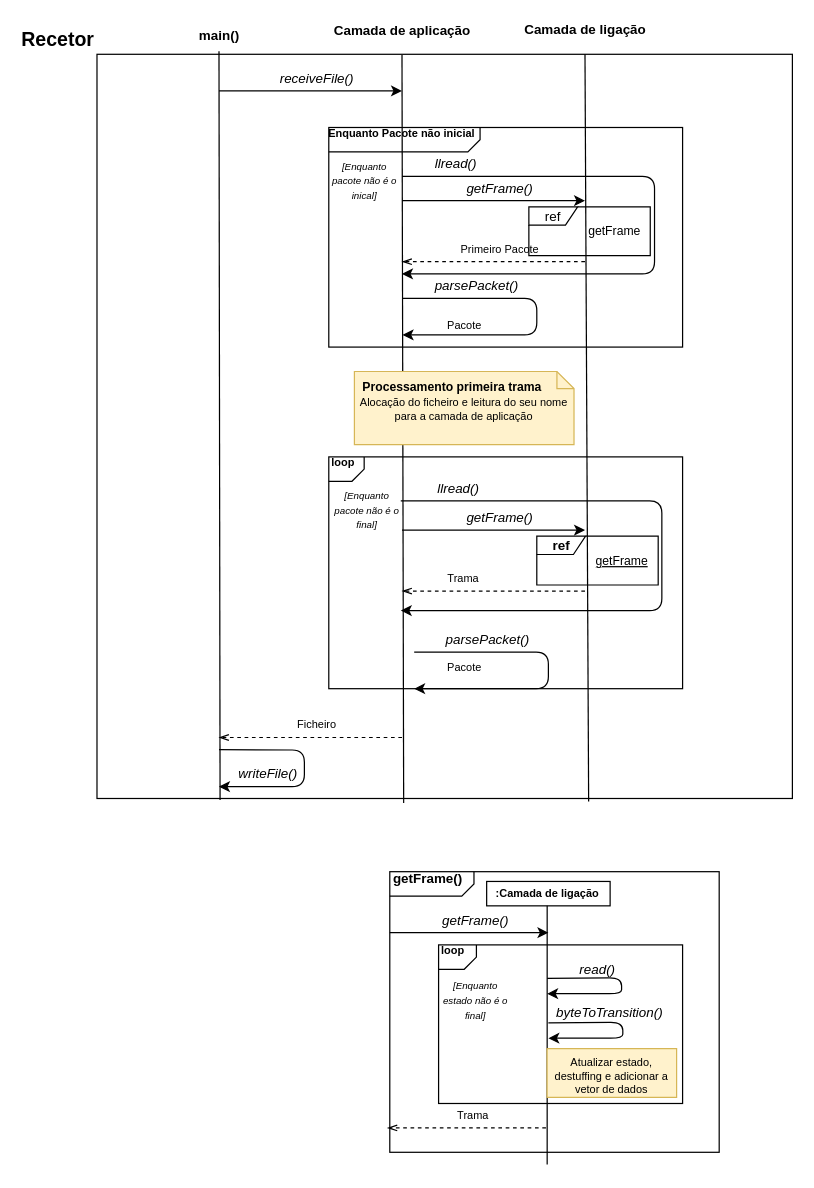
The draw.io diagram Proj/report/images/receiver.drawio in JoaoCostaIFG/RCOM, before the edit. Source tidied: cells renumbered, new cells numbered last; positions are measured from the earlier drawing's top-left corner, leaving out a move shared by most shapes. Both pictures are drawn from the tidied source at 122%, with x=0, y=0 at pixel (96, 51).
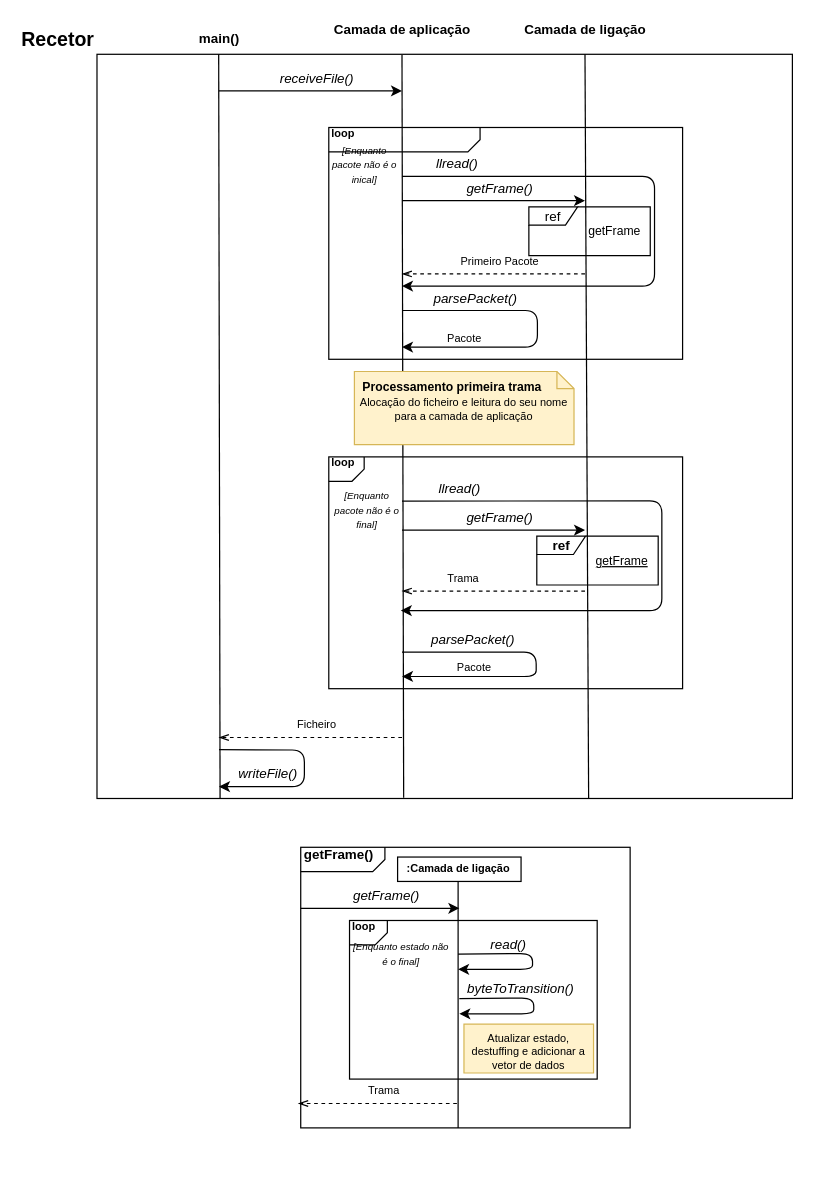
After the change.

Commit message (it also covers changes not shown here):
drawio diagrams and text

The change refers to these unchanged cells:
```xml
<mxCell id="2" value="Recetor" style="rounded=0;whiteSpace=wrap;html=1;labelPosition=left;verticalLabelPosition=top;align=right;verticalAlign=bottom;fontStyle=1;fontSize=16;" parent="1" vertex="1">
  <mxGeometry y="2" width="570" height="610" as="geometry" />
</mxCell>
<mxCell id="30" value="&lt;div align=&quot;center&quot;&gt;&lt;i&gt;&lt;font style=&quot;font-size: 8px&quot;&gt;[Enquanto pacote não é o final]&lt;/font&gt;&lt;/i&gt;&lt;br&gt;&lt;/div&gt;" style="text;html=1;strokeColor=none;fillColor=none;align=left;verticalAlign=middle;whiteSpace=wrap;rounded=0;fontSize=10;fontStyle=0;" parent="1" vertex="1">
  <mxGeometry x="191" y="362" width="59" height="25" as="geometry" />
</mxCell>
```

Diff of the diagram source:
```diff
@@
-    <mxCell id="3" value="&lt;b&gt;Enquanto Pacote não inicial&lt;/b&gt;" style="html=1;shape=mxgraph.sysml.package;overflow=fill;labelX=124.21;align=left;spacingLeft=5;verticalAlign=top;spacingTop=-3;fontSize=9;" parent="1" vertex="1">
-      <mxGeometry x="190" y="62" width="290" height="180" as="geometry" />
+    <mxCell id="3" value="&lt;div&gt;&lt;b&gt;&amp;nbsp;loop&lt;/b&gt;&lt;/div&gt;" style="html=1;shape=mxgraph.sysml.package;overflow=fill;labelX=124.21;align=left;spacingLeft=5;verticalAlign=top;spacingTop=-3;fontSize=9;" parent="1" vertex="1">
+      <mxGeometry x="190" y="62" width="290" height="190" as="geometry" />
     </mxCell>
-    <mxCell id="4" value="&lt;div&gt;main()&lt;/div&gt;&lt;div&gt;&lt;br&gt;&lt;/div&gt;" style="endArrow=none;html=1;exitX=0.177;exitY=1.002;exitDx=0;exitDy=0;exitPerimeter=0;entryX=0.631;entryY=0;entryDx=0;entryDy=0;entryPerimeter=0;labelPosition=center;verticalLabelPosition=top;align=center;verticalAlign=bottom;fontStyle=1;labelBackgroundColor=none;" parent="1" edge="1" source="2">
-      <mxGeometry x="0.97" relative="1" as="geometry">
-        <mxPoint x="100" y="-0.4" as="targetPoint" />
-      </mxGeometry>
+    <mxCell id="4" value="&lt;div&gt;main()&lt;/div&gt;&lt;div&gt;&lt;br&gt;&lt;/div&gt;" style="endArrow=none;html=1;exitX=0.177;exitY=1;exitDx=0;exitDy=0;exitPerimeter=0;entryX=0.175;entryY=0;entryDx=0;entryDy=0;entryPerimeter=0;labelPosition=center;verticalLabelPosition=top;align=center;verticalAlign=bottom;fontStyle=1;labelBackgroundColor=none;" parent="1" edge="1" source="2" target="2">
+      <mxGeometry x="0.97" relative="1" as="geometry" />
     </mxCell>
@@
     <mxCell id="7" value="llread()" style="endArrow=classic;html=1;fontStyle=2;" parent="1" edge="1">
       <mxGeometry x="-0.82" y="10" relative="1" as="geometry">
         <mxPoint x="250" y="102" as="sourcePoint" />
-        <mxPoint x="250" y="182" as="targetPoint" />
+        <mxPoint x="250" y="192" as="targetPoint" />
         <Array as="points">
           <mxPoint x="457" y="102" />
-          <mxPoint x="457" y="182" />
+          <mxPoint x="457" y="192" />
         </Array>
       </mxGeometry>
     </mxCell>
     <mxCell id="8" value="Primeiro Pacote" style="endArrow=openThin;html=1;dashed=1;endFill=0;verticalAlign=middle;fontSize=9;" parent="1" edge="1">
       <mxGeometry x="-0.07" y="-10" relative="1" as="geometry">
-        <mxPoint x="400" y="172" as="sourcePoint" />
-        <mxPoint x="250" y="172" as="targetPoint" />
+        <mxPoint x="400" y="182" as="sourcePoint" />
+        <mxPoint x="250" y="182" as="targetPoint" />
       </mxGeometry>
     </mxCell>
@@
-    <mxCell id="11" value="llread()" style="endArrow=classic;html=1;fontStyle=2;labelBackgroundColor=none;" parent="1" edge="1">
+    <mxCell id="11" value="llread()" style="endArrow=classic;html=1;fontStyle=2;labelBackgroundColor=none;exitX=1;exitY=0.25;exitDx=0;exitDy=0;" parent="1" edge="1" source="30">
       <mxGeometry x="-0.82" y="10" relative="1" as="geometry">
-        <mxPoint x="249" y="368" as="sourcePoint" />
         <mxPoint x="249" y="458" as="targetPoint" />
         <Array as="points">
           <mxPoint x="463" y="368" />
           <mxPoint x="463" y="458" />
         </Array>
       </mxGeometry>
     </mxCell>
@@
-    <mxCell id="14" value="Camada de aplicação" style="endArrow=none;html=1;exitX=0.441;exitY=1.006;exitDx=0;exitDy=0;exitPerimeter=0;entryX=0.631;entryY=0;entryDx=0;entryDy=0;entryPerimeter=0;labelPosition=center;verticalLabelPosition=top;align=center;verticalAlign=bottom;fontStyle=1;" parent="1" edge="1" source="2">
+    <mxCell id="14" value="Camada de aplicação" style="endArrow=none;html=1;exitX=0.441;exitY=0.999;exitDx=0;exitDy=0;exitPerimeter=0;entryX=0.631;entryY=0;entryDx=0;entryDy=0;entryPerimeter=0;labelPosition=center;verticalLabelPosition=top;align=center;verticalAlign=bottom;fontStyle=1;" parent="1" edge="1" source="2">
       <mxGeometry x="1" y="-11" relative="1" as="geometry">
         <mxPoint x="250" y="2.6" as="targetPoint" />
         <mxPoint x="-11" y="-11" as="offset" />
       </mxGeometry>
     </mxCell>
@@
-    <mxCell id="20" value="Camada de ligação" style="endArrow=none;html=1;exitX=0.707;exitY=1.004;exitDx=0;exitDy=0;exitPerimeter=0;entryX=0.631;entryY=0;entryDx=0;entryDy=0;entryPerimeter=0;labelPosition=center;verticalLabelPosition=top;align=center;verticalAlign=bottom;fontStyle=1;" parent="1" edge="1" source="2">
+    <mxCell id="20" value="Camada de ligação" style="endArrow=none;html=1;exitX=0.707;exitY=1;exitDx=0;exitDy=0;exitPerimeter=0;entryX=0.631;entryY=0;entryDx=0;entryDy=0;entryPerimeter=0;labelPosition=center;verticalLabelPosition=top;align=center;verticalAlign=bottom;fontStyle=1;" parent="1" edge="1" source="2">
       <mxGeometry x="1" y="-11" relative="1" as="geometry">
         <mxPoint x="400" y="2" as="targetPoint" />
         <mxPoint x="-11" y="-11" as="offset" />
       </mxGeometry>
     </mxCell>
@@
     <mxCell id="23" value="&lt;b&gt;&amp;nbsp;getFrame()&lt;/b&gt;" style="html=1;shape=mxgraph.sysml.package;overflow=fill;labelX=69.62;align=left;spacingLeft=5;verticalAlign=top;spacingTop=-3;fontSize=11;" parent="1" vertex="1">
-      <mxGeometry x="240" y="672" width="270" height="230" as="geometry" />
+      <mxGeometry x="167" y="652" width="270" height="230" as="geometry" />
     </mxCell>
     <mxCell id="24" value="Pacote" style="text;html=1;strokeColor=none;fillColor=none;align=center;verticalAlign=middle;whiteSpace=wrap;rounded=0;fontSize=9;" parent="1" vertex="1">
-      <mxGeometry x="271.5" y="492" width="59" height="25" as="geometry" />
+      <mxGeometry x="280" y="492" width="59" height="25" as="geometry" />
     </mxCell>
     <mxCell id="25" value="Pacote" style="text;html=1;strokeColor=none;fillColor=none;align=center;verticalAlign=middle;whiteSpace=wrap;rounded=0;fontSize=9;" parent="1" vertex="1">
-      <mxGeometry x="272" y="212" width="59" height="25" as="geometry" />
+      <mxGeometry x="271.5" y="222" width="59" height="25" as="geometry" />
     </mxCell>
     <mxCell id="26" value="parsePacket()" style="endArrow=classic;html=1;fontStyle=2;labelBackgroundColor=none;" parent="1" edge="1">
       <mxGeometry x="-0.52" y="10" relative="1" as="geometry">
-        <mxPoint x="250.5" y="202" as="sourcePoint" />
-        <mxPoint x="250.5" y="232" as="targetPoint" />
+        <mxPoint x="250" y="212" as="sourcePoint" />
+        <mxPoint x="250" y="242" as="targetPoint" />
         <Array as="points">
-          <mxPoint x="360.5" y="202" />
-          <mxPoint x="360.5" y="232" />
+          <mxPoint x="361" y="212" />
+          <mxPoint x="361" y="242" />
         </Array>
       </mxGeometry>
     </mxCell>
     <mxCell id="27" value="Trama" style="endArrow=openThin;html=1;dashed=1;endFill=0;verticalAlign=middle;fontSize=9;" parent="1" edge="1">
       <mxGeometry x="-0.07" y="-10" relative="1" as="geometry">
-        <mxPoint x="368" y="882" as="sourcePoint" />
-        <mxPoint x="238" y="882" as="targetPoint" />
+        <mxPoint x="295" y="862" as="sourcePoint" />
+        <mxPoint x="165" y="862" as="targetPoint" />
       </mxGeometry>
     </mxCell>
     <mxCell id="28" value="&lt;b&gt;:Camada de ligação&lt;br&gt;&lt;/b&gt;" style="rounded=0;whiteSpace=wrap;html=1;fontSize=9;" parent="1" vertex="1">
-      <mxGeometry x="319.4" y="680" width="101.2" height="20" as="geometry" />
+      <mxGeometry x="246.4" y="660" width="101.2" height="20" as="geometry" />
     </mxCell>
     <mxCell id="29" value="&amp;nbsp;&lt;b&gt;loop&lt;/b&gt;" style="html=1;shape=mxgraph.sysml.package;overflow=fill;labelX=31.38;align=left;spacingLeft=5;verticalAlign=top;spacingTop=-3;fontSize=9;" parent="1" vertex="1">
-      <mxGeometry x="280" y="732" width="200" height="130" as="geometry" />
+      <mxGeometry x="207" y="712" width="203" height="130" as="geometry" />
     </mxCell>
@@
     <mxCell id="31" value="&lt;i style=&quot;font-size: 8px&quot;&gt;&lt;font style=&quot;font-size: 8px&quot;&gt;[Enquanto pacote não é o inical]&lt;/font&gt;&lt;br&gt;&lt;/i&gt;" style="text;html=1;strokeColor=none;fillColor=none;align=center;verticalAlign=middle;whiteSpace=wrap;rounded=0;fontSize=10;fontStyle=0;" parent="1" vertex="1">
-      <mxGeometry x="190" y="92" width="59" height="25" as="geometry" />
+      <mxGeometry x="190" y="72" width="59" height="40" as="geometry" />
     </mxCell>
     <mxCell id="32" value="getFrame()" style="endArrow=classic;html=1;fontStyle=2;" parent="1" edge="1">
       <mxGeometry x="0.07" y="10" relative="1" as="geometry">
-        <mxPoint x="240" y="722" as="sourcePoint" />
-        <mxPoint x="370" y="722" as="targetPoint" />
+        <mxPoint x="167" y="702" as="sourcePoint" />
+        <mxPoint x="297" y="702" as="targetPoint" />
       </mxGeometry>
     </mxCell>
     <mxCell id="33" style="endArrow=none;html=1;labelBackgroundColor=none;fontSize=9;" parent="1" edge="1">
       <mxGeometry relative="1" as="geometry">
-        <mxPoint x="369" y="912" as="sourcePoint" />
-        <mxPoint x="369" y="700" as="targetPoint" />
+        <mxPoint x="296" y="882" as="sourcePoint" />
+        <mxPoint x="296" y="680" as="targetPoint" />
       </mxGeometry>
     </mxCell>
     <mxCell id="34" value="&lt;div align=&quot;center&quot;&gt;&lt;i&gt;&lt;font style=&quot;font-size: 8px&quot;&gt;[Enquanto estado não é o final]&lt;/font&gt;&lt;/i&gt;&lt;br&gt;&lt;/div&gt;" style="text;html=1;strokeColor=none;fillColor=none;align=left;verticalAlign=middle;whiteSpace=wrap;rounded=0;fontSize=10;fontStyle=0;" parent="1" vertex="1">
-      <mxGeometry x="280" y="764.5" width="59" height="25" as="geometry" />
+      <mxGeometry x="207" y="725" width="83" height="27.5" as="geometry" />
     </mxCell>
     <mxCell id="35" value="parsePacket()" style="endArrow=classic;html=1;fontStyle=2;labelBackgroundColor=none;" parent="1" edge="1">
       <mxGeometry x="-0.52" y="10" relative="1" as="geometry">
-        <mxPoint x="260" y="492" as="sourcePoint" />
-        <mxPoint x="260" y="522" as="targetPoint" />
+        <mxPoint x="250" y="492" as="sourcePoint" />
+        <mxPoint x="250" y="512" as="targetPoint" />
         <Array as="points">
-          <mxPoint x="370" y="492" />
-          <mxPoint x="370" y="522" />
+          <mxPoint x="360" y="492" />
+          <mxPoint x="360" y="512" />
         </Array>
       </mxGeometry>
     </mxCell>
     <mxCell id="36" value="read()" style="endArrow=classic;html=1;fontStyle=2;labelBackgroundColor=none;" parent="1" edge="1">
       <mxGeometry x="-0.39" y="7" relative="1" as="geometry">
-        <mxPoint x="369" y="759.5" as="sourcePoint" />
-        <mxPoint x="369" y="772" as="targetPoint" />
+        <mxPoint x="296" y="739.5" as="sourcePoint" />
+        <mxPoint x="296" y="752" as="targetPoint" />
         <Array as="points">
-          <mxPoint x="430" y="759" />
-          <mxPoint x="430" y="772" />
+          <mxPoint x="357" y="739" />
+          <mxPoint x="357" y="752" />
         </Array>
       </mxGeometry>
     </mxCell>
     <mxCell id="37" value="byteToTransition()" style="endArrow=classic;html=1;fontStyle=2;labelBackgroundColor=none;" parent="1" edge="1">
       <mxGeometry x="-0.26" y="8" relative="1" as="geometry">
-        <mxPoint x="370" y="796" as="sourcePoint" />
-        <mxPoint x="370" y="808.5" as="targetPoint" />
+        <mxPoint x="297" y="776" as="sourcePoint" />
+        <mxPoint x="297" y="788.5" as="targetPoint" />
         <Array as="points">
-          <mxPoint x="431" y="795.5" />
-          <mxPoint x="431" y="808.5" />
+          <mxPoint x="358" y="775.5" />
+          <mxPoint x="358" y="788.5" />
         </Array>
       </mxGeometry>
     </mxCell>
     <mxCell id="38" value="Atualizar estado, destuffing e adicionar a vetor de dados" style="shape=note2;boundedLbl=1;whiteSpace=wrap;html=1;size=0;verticalAlign=top;align=center;fontSize=9;fillColor=#fff2cc;strokeColor=#d6b656;" parent="1" vertex="1">
-      <mxGeometry x="368.9" y="817" width="106.2" height="40" as="geometry" />
+      <mxGeometry x="300.8" y="797" width="106.2" height="40" as="geometry" />
     </mxCell>
```
